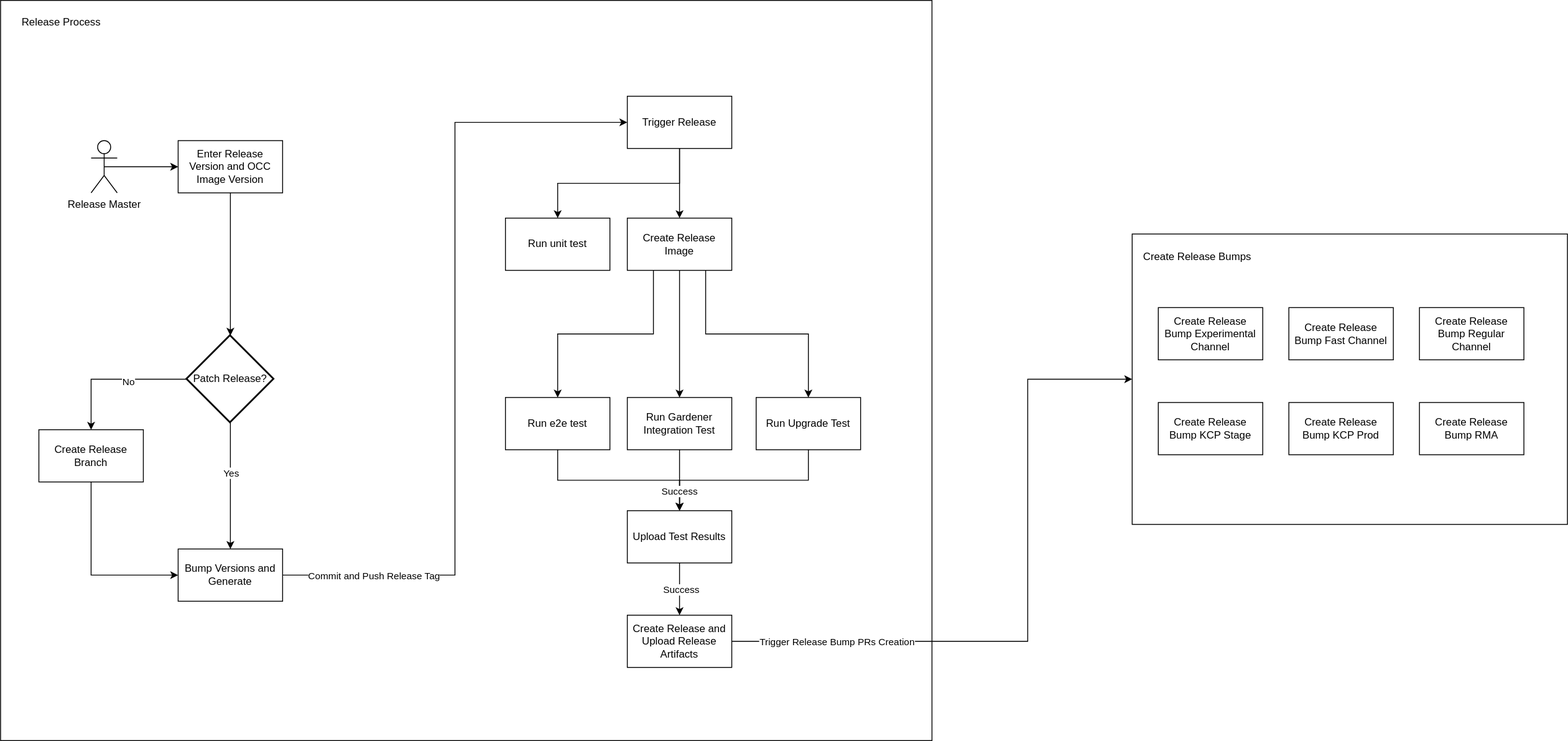
kyma-project/telemetry-manager keeps this draw.io diagram as docs/contributor/assets/auditable-release-final.drawio.svg. Above is the earlier version. Source tidied: cells renumbered, new cells last; positions are measured from the earlier drawing's top-left corner, leaving out a move shared by most shapes.
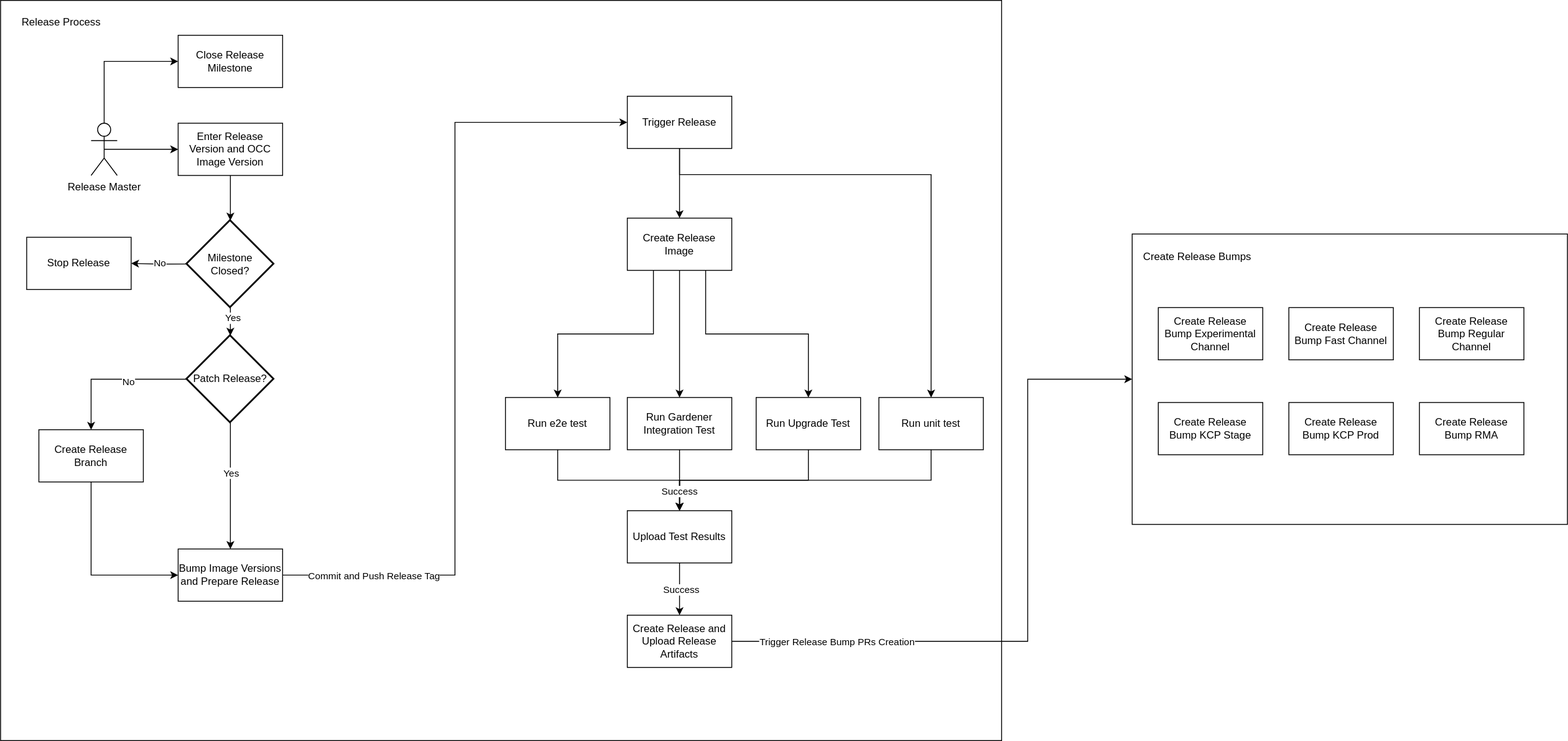
The same file after the commit.

Change to the diagram source:
```diff
@@ -3,7 +3,7 @@
     <mxCell id="0" />
     <mxCell id="1" parent="0" />
     <mxCell id="2" style="rounded=0;whiteSpace=wrap;html=1;labelBackgroundColor=none;fillStyle=hatch;" parent="1" vertex="1">
-      <mxGeometry width="1070" height="850" as="geometry" />
+      <mxGeometry width="1150" height="850" as="geometry" />
     </mxCell>
     <mxCell id="3" style="edgeStyle=orthogonalEdgeStyle;rounded=0;jettySize=auto;html=1;" parent="1" edge="1" source="6" target="21">
       <mxGeometry relative="1" as="geometry" />
@@ -14,6 +14,14 @@
     <mxCell id="5" style="edgeStyle=orthogonalEdgeStyle;rounded=0;jettySize=auto;html=1;exitX=0.75;exitY=1;exitDx=0;exitDy=0;entryX=0.5;entryY=0;entryDx=0;entryDy=0;" parent="1" edge="1" source="6" target="39">
       <mxGeometry relative="1" as="geometry" />
     </mxCell>
+    <mxCell id="11" style="edgeStyle=orthogonalEdgeStyle;rounded=0;jettySize=auto;html=1;exitX=0.5;exitY=1;exitDx=0;exitDy=0;entryX=0.5;entryY=0;entryDx=0;entryDy=0;" parent="1" edge="1" source="13" target="16">
+      <mxGeometry relative="1" as="geometry">
+        <Array as="points">
+          <mxPoint x="780" y="200" />
+          <mxPoint x="1069" y="200" />
+        </Array>
+      </mxGeometry>
+    </mxCell>
     <mxCell id="6" value="Create Release Image" style="rounded=0;whiteSpace=wrap;html=1;" parent="1" vertex="1">
       <mxGeometry x="720" y="250" width="120" height="60" as="geometry" />
     </mxCell>
@@ -36,9 +44,6 @@
     <mxCell id="10" value="Release Process" style="text;html=1;align=center;verticalAlign=middle;whiteSpace=wrap;rounded=0;" parent="1" vertex="1">
       <mxGeometry x="20" y="10" width="100" height="30" as="geometry" />
     </mxCell>
-    <mxCell id="11" style="edgeStyle=orthogonalEdgeStyle;rounded=0;jettySize=auto;html=1;exitX=0.5;exitY=1;exitDx=0;exitDy=0;entryX=0.5;entryY=0;entryDx=0;entryDy=0;" parent="1" edge="1" source="13" target="16">
-      <mxGeometry relative="1" as="geometry" />
-    </mxCell>
     <mxCell id="12" style="edgeStyle=orthogonalEdgeStyle;rounded=0;jettySize=auto;html=1;exitX=0.5;exitY=1;exitDx=0;exitDy=0;entryX=0.5;entryY=0;entryDx=0;entryDy=0;" parent="1" edge="1" source="13" target="6">
       <mxGeometry relative="1" as="geometry" />
     </mxCell>
@@ -51,8 +56,11 @@
     <mxCell id="15" value="Run e2e test" style="rounded=0;whiteSpace=wrap;html=1;" parent="1" vertex="1">
       <mxGeometry x="580" y="456" width="120" height="60" as="geometry" />
     </mxCell>
+    <mxCell id="47" style="edgeStyle=orthogonalEdgeStyle;rounded=0;jettySize=auto;html=1;exitX=0.5;exitY=1;exitDx=0;exitDy=0;entryX=0.5;entryY=0;entryDx=0;entryDy=0;" parent="1" edge="1" source="16" target="19">
+      <mxGeometry relative="1" as="geometry" />
+    </mxCell>
     <mxCell id="16" value="Run unit test" style="rounded=0;whiteSpace=wrap;html=1;" parent="1" vertex="1">
-      <mxGeometry x="580" y="250" width="120" height="60" as="geometry" />
+      <mxGeometry x="1009" y="456" width="120" height="60" as="geometry" />
     </mxCell>
     <mxCell id="17" style="edgeStyle=orthogonalEdgeStyle;rounded=0;jettySize=auto;html=1;exitX=0.5;exitY=1;exitDx=0;exitDy=0;entryX=0.5;entryY=0;entryDx=0;entryDy=0;" parent="1" edge="1" source="19" target="9">
       <mxGeometry relative="1" as="geometry" />
@@ -71,11 +79,8 @@
     <mxCell id="21" value="Run Gardener Integration Test" style="rounded=0;whiteSpace=wrap;html=1;" parent="1" vertex="1">
       <mxGeometry x="720" y="456" width="120" height="60" as="geometry" />
     </mxCell>
-    <mxCell id="22" style="edgeStyle=orthogonalEdgeStyle;rounded=0;jettySize=auto;html=1;exitX=0.5;exitY=1;exitDx=0;exitDy=0;entryX=0.5;entryY=0;entryDx=0;entryDy=0;entryPerimeter=0;" parent="1" edge="1" source="23" target="36">
-      <mxGeometry relative="1" as="geometry" />
-    </mxCell>
     <mxCell id="23" value="Enter Release Version and OCC Image Version" style="rounded=0;whiteSpace=wrap;html=1;" parent="1" vertex="1">
-      <mxGeometry x="204" y="161" width="120" height="60" as="geometry" />
+      <mxGeometry x="204" y="141" width="120" height="60" as="geometry" />
     </mxCell>
     <mxCell id="24" style="edgeStyle=orthogonalEdgeStyle;rounded=0;jettySize=auto;html=1;exitX=1;exitY=0.5;exitDx=0;exitDy=0;entryX=0;entryY=0.5;entryDx=0;entryDy=0;" parent="1" edge="1" source="26" target="13">
       <mxGeometry relative="1" as="geometry" />
@@ -83,7 +88,7 @@
     <mxCell id="25" value="Commit and Push Release Tag" style="edgeLabel;html=1;align=center;verticalAlign=middle;" parent="24" vertex="1">
       <mxGeometry x="-0.77" relative="1" as="geometry" />
     </mxCell>
-    <mxCell id="26" value="Bump Versions and Generate" style="rounded=0;whiteSpace=wrap;html=1;" parent="1" vertex="1">
+    <mxCell id="26" value="Bump Image Versions and Prepare Release" style="rounded=0;whiteSpace=wrap;html=1;" parent="1" vertex="1">
       <mxGeometry x="204" y="630" width="120" height="60" as="geometry" />
     </mxCell>
     <mxCell id="27" style="edgeStyle=orthogonalEdgeStyle;rounded=0;jettySize=auto;html=1;exitX=0.5;exitY=1;exitDx=0;exitDy=0;entryX=0;entryY=0.5;entryDx=0;entryDy=0;" parent="1" edge="1" source="28" target="26">
@@ -95,8 +100,11 @@
     <mxCell id="29" style="edgeStyle=orthogonalEdgeStyle;rounded=0;jettySize=auto;html=1;exitX=0.5;exitY=0.5;exitDx=0;exitDy=0;exitPerimeter=0;entryX=0;entryY=0.5;entryDx=0;entryDy=0;" parent="1" edge="1" source="30" target="23">
       <mxGeometry relative="1" as="geometry" />
     </mxCell>
+    <mxCell id="48" style="edgeStyle=orthogonalEdgeStyle;rounded=0;jettySize=auto;html=1;exitX=0.5;exitY=0;exitDx=0;exitDy=0;exitPerimeter=0;entryX=0;entryY=0.5;entryDx=0;entryDy=0;" parent="1" edge="1" source="30" target="49">
+      <mxGeometry relative="1" as="geometry" />
+    </mxCell>
     <mxCell id="30" value="Release Master" style="shape=umlActor;verticalLabelPosition=bottom;verticalAlign=top;html=1;outlineConnect=0;" parent="1" vertex="1">
-      <mxGeometry x="104" y="161" width="30" height="60" as="geometry" />
+      <mxGeometry x="104" y="141" width="30" height="60" as="geometry" />
     </mxCell>
     <mxCell id="31" style="rounded=0;whiteSpace=wrap;html=1;labelBackgroundColor=none;fillStyle=hatch;" parent="1" vertex="1">
       <mxGeometry x="1300" y="268.2" width="500" height="333.5" as="geometry" />
@@ -146,5 +154,31 @@
     <mxCell id="46" value="Create Release Bumps" style="text;html=1;whiteSpace=wrap;strokeColor=none;fillColor=none;align=center;verticalAlign=middle;rounded=0;" parent="1" vertex="1">
       <mxGeometry x="1310" y="280" width="130" height="30" as="geometry" />
     </mxCell>
+    <mxCell id="49" value="Close Release Milestone" style="rounded=0;whiteSpace=wrap;html=1;" parent="1" vertex="1">
+      <mxGeometry x="204" y="40" width="120" height="60" as="geometry" />
+    </mxCell>
+    <mxCell id="50" style="edgeStyle=orthogonalEdgeStyle;rounded=0;jettySize=auto;html=1;exitX=0;exitY=0.5;exitDx=0;exitDy=0;exitPerimeter=0;entryX=1;entryY=0.5;entryDx=0;entryDy=0;" parent="1" edge="1" source="52" target="56">
+      <mxGeometry relative="1" as="geometry" />
+    </mxCell>
+    <mxCell id="51" value="No" style="edgeLabel;html=1;align=center;verticalAlign=middle;" parent="50" vertex="1">
+      <mxGeometry x="0.01" y="-1" relative="1" as="geometry">
+        <mxPoint x="1" as="offset" />
+      </mxGeometry>
+    </mxCell>
+    <mxCell id="52" value="Milestone&lt;div&gt;Closed?&lt;/div&gt;" style="strokeWidth=2;html=1;shape=mxgraph.flowchart.decision;whiteSpace=wrap;" parent="1" vertex="1">
+      <mxGeometry x="214" y="252.8" width="100" height="100" as="geometry" />
+    </mxCell>
+    <mxCell id="53" style="edgeStyle=orthogonalEdgeStyle;rounded=0;jettySize=auto;html=1;exitX=0.5;exitY=1;exitDx=0;exitDy=0;entryX=0.5;entryY=0;entryDx=0;entryDy=0;entryPerimeter=0;" parent="1" edge="1" source="23" target="52">
+      <mxGeometry relative="1" as="geometry" />
+    </mxCell>
+    <mxCell id="54" style="edgeStyle=orthogonalEdgeStyle;rounded=0;jettySize=auto;html=1;exitX=0.5;exitY=1;exitDx=0;exitDy=0;exitPerimeter=0;entryX=0.5;entryY=0;entryDx=0;entryDy=0;entryPerimeter=0;" parent="1" edge="1" source="52" target="36">
+      <mxGeometry relative="1" as="geometry" />
+    </mxCell>
+    <mxCell id="55" value="Yes" style="edgeLabel;html=1;align=center;verticalAlign=middle;" parent="54" vertex="1">
+      <mxGeometry x="-0.24" y="2" relative="1" as="geometry" />
+    </mxCell>
+    <mxCell id="56" value="Stop Release" style="rounded=0;whiteSpace=wrap;html=1;" parent="1" vertex="1">
+      <mxGeometry x="30" y="272" width="120" height="60" as="geometry" />
+    </mxCell>
   </root>
 </mxGraphModel>
```
